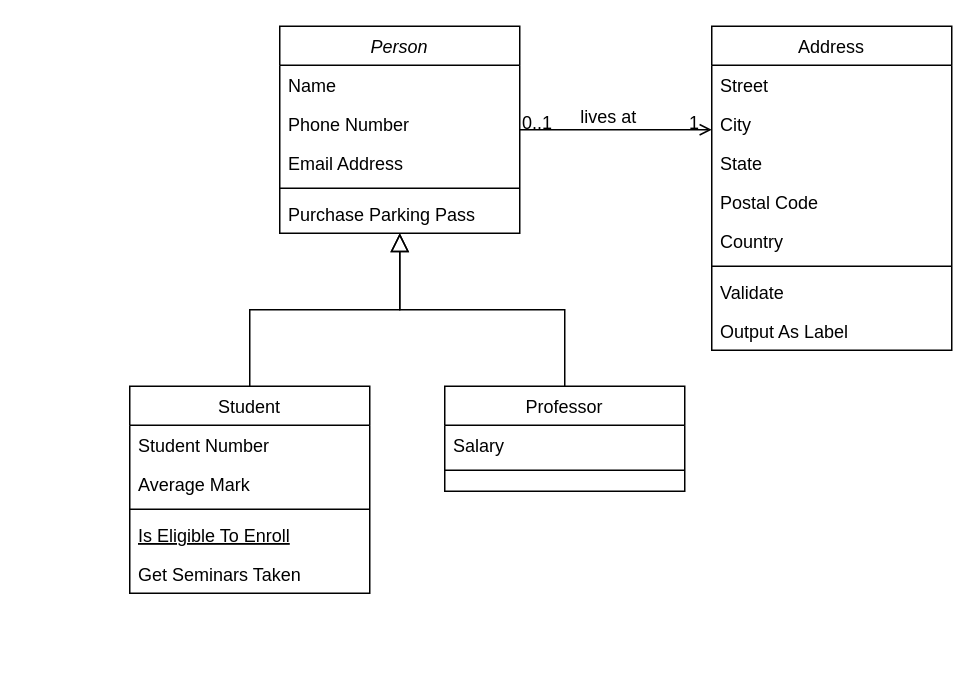
Above: Diagrama sem nome.drawio in LeonardoJSantos/DesafioDioIphone (draw.io), before the change. Source tidied: cells renumbered, new cells numbered last; positions are measured from the earlier drawing's top-left corner, leaving out a move shared by most shapes. Both pictures are drawn from the tidied source at 150%, with x=0, y=0 at pixel (129, 26).
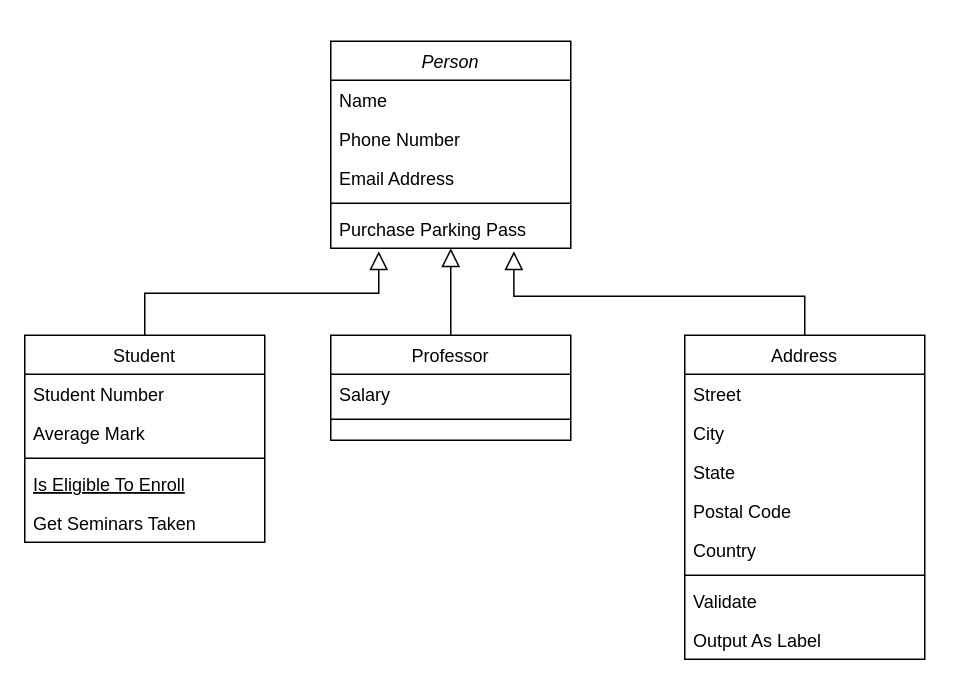
The same page after the edit.

The change refers to these unchanged cells:
```xml
<mxCell id="7" value="Purchase Parking Pass" style="text;align=left;verticalAlign=top;spacingLeft=4;spacingRight=4;overflow=hidden;points=[[0,0.5],[1,0.5]];portConstraint=eastwest;" parent="2" vertex="1">
  <mxGeometry y="112" width="160" height="26" as="geometry" />
</mxCell>
```

Diff of the diagram source:
```diff
@@
     <mxCell id="2" value="Person" style="swimlane;fontStyle=2;align=center;verticalAlign=top;horizontal=1;startSize=26;rounded=0;shadow=0;strokeWidth=1;" parent="1" vertex="1">
-      <mxGeometry x="100" width="160" height="138" as="geometry" />
+      <mxGeometry x="134" y="10" width="160" height="138" as="geometry" />
     </mxCell>
@@
     <mxCell id="8" value="Student" style="swimlane;fontStyle=0;align=center;verticalAlign=top;horizontal=1;startSize=26;rounded=0;shadow=0;strokeWidth=1;" parent="1" vertex="1">
-      <mxGeometry y="240" width="160" height="138" as="geometry" />
+      <mxGeometry x="-70" y="206" width="160" height="138" as="geometry" />
     </mxCell>
@@
-    <mxCell id="14" style="endArrow=block;endSize=10;endFill=0;shadow=0;strokeWidth=1;rounded=0;edgeStyle=elbowEdgeStyle;elbow=vertical;" parent="1" edge="1" source="8" target="2">
+    <mxCell id="14" style="endArrow=block;endSize=10;endFill=0;shadow=0;strokeWidth=1;rounded=0;edgeStyle=elbowEdgeStyle;elbow=vertical;entryX=0.2;entryY=1.077;entryDx=0;entryDy=0;entryPerimeter=0;" parent="1" edge="1" source="8" target="7">
       <mxGeometry relative="1" as="geometry" />
     </mxCell>
     <mxCell id="15" value="Professor" style="swimlane;fontStyle=0;align=center;verticalAlign=top;horizontal=1;startSize=26;rounded=0;shadow=0;strokeWidth=1;" parent="1" vertex="1">
-      <mxGeometry x="210" y="240" width="160" height="70" as="geometry" />
+      <mxGeometry x="134" y="206" width="160" height="70" as="geometry" />
     </mxCell>
@@
     <mxCell id="19" value="Address" style="swimlane;fontStyle=0;align=center;verticalAlign=top;horizontal=1;startSize=26;rounded=0;shadow=0;strokeWidth=1;" parent="1" vertex="1">
-      <mxGeometry x="388" width="160" height="216" as="geometry" />
+      <mxGeometry x="370" y="206" width="160" height="216" as="geometry" />
     </mxCell>
@@
-    <mxCell id="28" style="endArrow=open;shadow=0;strokeWidth=1;rounded=0;endFill=1;edgeStyle=elbowEdgeStyle;elbow=vertical;" parent="1" edge="1" source="2" target="19">
-      <mxGeometry x="0.5" y="41" relative="1" as="geometry">
-        <mxPoint x="-40" y="32" as="offset" />
-      </mxGeometry>
-    </mxCell>
-    <mxCell id="29" value="0..1" style="align=left;verticalAlign=bottom;labelBackgroundColor=none;fontSize=12;" parent="28" vertex="1">
-      <mxGeometry x="-1" relative="1" as="geometry">
-        <mxPoint y="4" as="offset" />
-      </mxGeometry>
-    </mxCell>
-    <mxCell id="30" value="1" style="align=right;verticalAlign=bottom;labelBackgroundColor=none;fontSize=12;" parent="28" vertex="1">
-      <mxGeometry x="1" relative="1" as="geometry">
-        <mxPoint x="-7" y="4" as="offset" />
-      </mxGeometry>
-    </mxCell>
-    <mxCell id="31" value="lives at" style="text;html=1;align=center;verticalAlign=middle;labelBackgroundColor=none;rounded=0;shadow=0;strokeWidth=1;fontSize=12;" parent="28" vertex="1">
-      <mxGeometry x="0.5" y="49" relative="1" as="geometry">
-        <mxPoint x="-38" y="40" as="offset" />
-      </mxGeometry>
-    </mxCell>
+    <mxCell id="32" style="endArrow=block;endSize=10;endFill=0;shadow=0;strokeWidth=1;rounded=0;edgeStyle=elbowEdgeStyle;elbow=vertical;entryX=0.763;entryY=1.077;entryDx=0;entryDy=0;entryPerimeter=0;" parent="1" edge="1" source="19" target="7">
+      <mxGeometry relative="1" as="geometry">
+        <Array as="points">
+          <mxPoint x="350" y="180" />
+        </Array>
+      </mxGeometry>
+    </mxCell>
```
